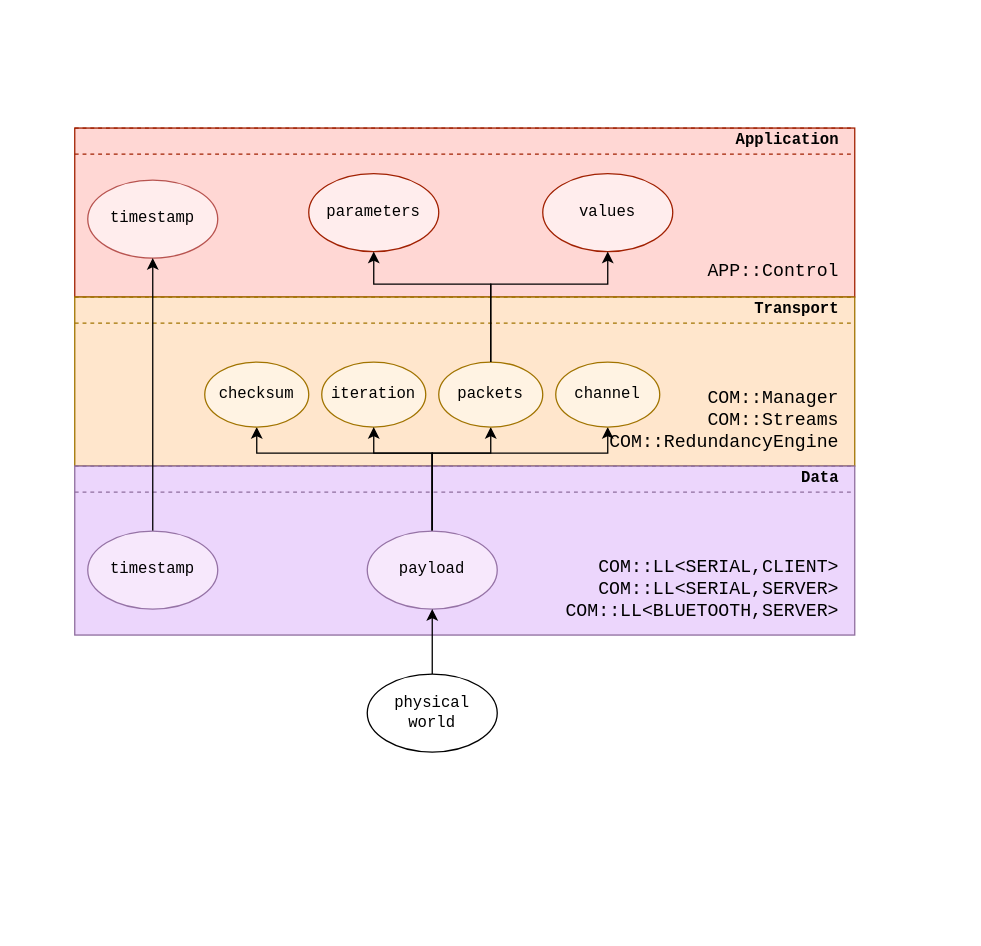
Before: Proj/Iterations/1/Design/Navigation-Subsystem/Architectural-Overview/software-stack/com-stack/com-stack.drawio in LPI2-DreamTeam/rfcar, a draw.io diagram. Source tidied: cells renumbered, new cells numbered last; positions are measured from the earlier drawing's top-left corner, leaving out a move shared by most shapes. Both pictures are drawn from the tidied source at 130%, with x=0, y=0 at pixel (74, 127).
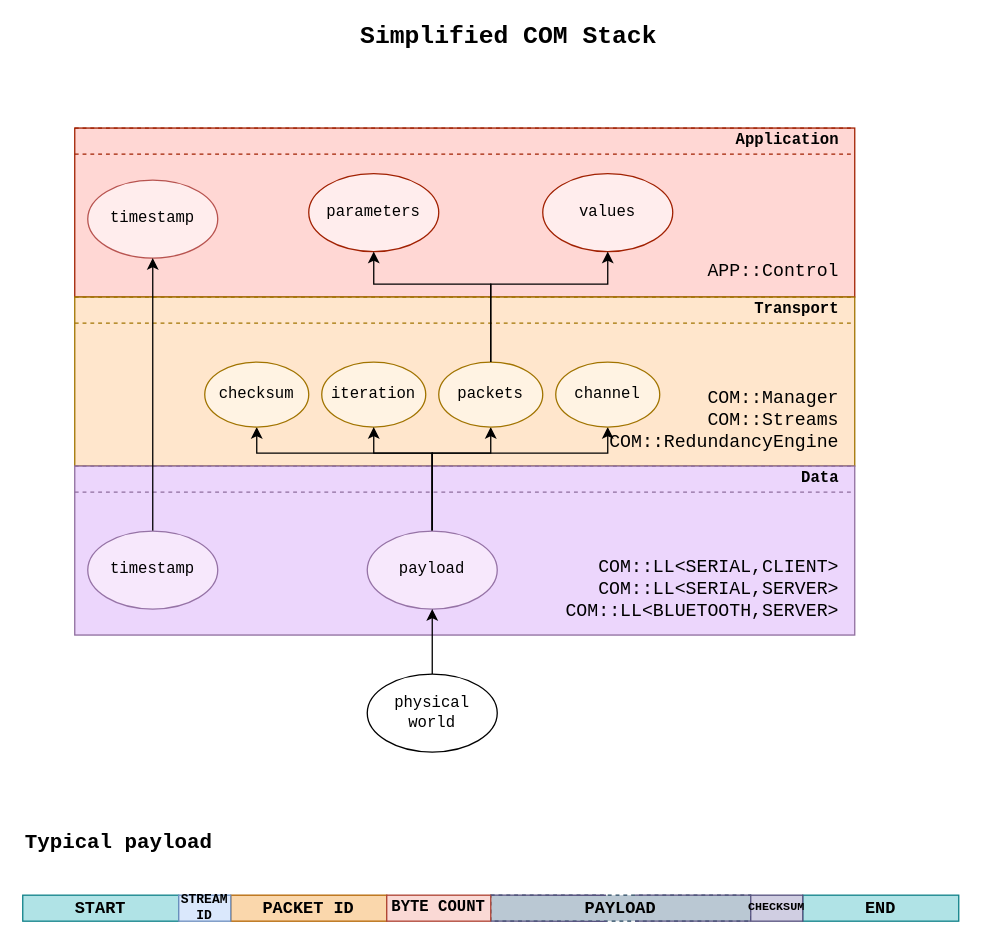
The same page after the edit.

Commit message (it also covers changes not shown here):
FIX: General minor corrections

The edit, as a diff of the source:
```diff
@@
+    <mxCell id="35" value="START" style="rounded=0;whiteSpace=wrap;html=1;strokeColor=#0e8088;fillColor=#b0e3e6;fontFamily=Consolas;fontSize=13;align=center;fontStyle=1;" parent="1" vertex="1">
+      <mxGeometry x="-40" y="590.1" width="120" height="20" as="geometry" />
+    </mxCell>
+    <mxCell id="36" value="Typical payload" style="text;html=1;strokeColor=none;fillColor=none;align=left;verticalAlign=middle;whiteSpace=wrap;rounded=0;fontFamily=Consolas;fontStyle=1;fontSize=16;" parent="1" vertex="1">
+      <mxGeometry x="-40" y="540" width="150" height="20" as="geometry" />
+    </mxCell>
+    <mxCell id="37" value="PAYLOAD" style="rounded=0;whiteSpace=wrap;html=1;strokeColor=#23445d;fillColor=#bac8d3;fontFamily=Consolas;fontSize=13;align=center;fontStyle=1;dashed=1;" parent="1" vertex="1">
+      <mxGeometry x="320" y="590.1" width="200" height="20" as="geometry" />
+    </mxCell>
+    <mxCell id="38" value="END" style="rounded=0;whiteSpace=wrap;html=1;strokeColor=#0e8088;fillColor=#b0e3e6;fontFamily=Consolas;fontSize=13;align=center;fontStyle=1;" parent="1" vertex="1">
+      <mxGeometry x="560" y="590.1" width="120" height="20" as="geometry" />
+    </mxCell>
+    <mxCell id="39" value="PACKET ID" style="rounded=0;whiteSpace=wrap;html=1;strokeColor=#b46504;fillColor=#fad7ac;fontFamily=Consolas;fontSize=13;align=center;fontStyle=1;" parent="1" vertex="1">
+      <mxGeometry x="120" y="590.1" width="120" height="20" as="geometry" />
+    </mxCell>
+    <mxCell id="40" value="BYTE COUNT" style="rounded=0;whiteSpace=wrap;html=1;strokeColor=#ae4132;fillColor=#fad9d5;fontFamily=Consolas;fontSize=12;align=center;fontStyle=1;" parent="1" vertex="1">
+      <mxGeometry x="240" y="590.1" width="80" height="20" as="geometry" />
+    </mxCell>
+    <mxCell id="41" style="endArrow=none;html=1;fontFamily=Consolas;fontSize=13;strokeColor=#56517E;exitX=1;exitY=1;exitDx=0;exitDy=0;entryX=0.446;entryY=1.005;entryDx=0;entryDy=0;entryPerimeter=0;" parent="1" edge="1" source="40" target="37">
+      <mxGeometry relative="1" as="geometry" />
+    </mxCell>
+    <mxCell id="42" style="endArrow=none;html=1;fontFamily=Consolas;fontSize=13;strokeColor=#56517E;exitX=0;exitY=0;exitDx=0;exitDy=0;entryX=0.555;entryY=-0.003;entryDx=0;entryDy=0;entryPerimeter=0;" parent="1" edge="1" source="45" target="37">
+      <mxGeometry relative="1" as="geometry" />
+    </mxCell>
+    <mxCell id="43" style="endArrow=none;html=1;fontFamily=Consolas;fontSize=13;strokeColor=#56517E;exitX=0;exitY=1;exitDx=0;exitDy=0;entryX=0.555;entryY=0.999;entryDx=0;entryDy=0;entryPerimeter=0;" parent="1" edge="1" source="45" target="37">
+      <mxGeometry relative="1" as="geometry" />
+    </mxCell>
+    <mxCell id="44" style="endArrow=none;html=1;fontFamily=Consolas;fontSize=13;strokeColor=#56517E;entryX=1;entryY=0;entryDx=0;entryDy=0;exitX=0.443;exitY=0.003;exitDx=0;exitDy=0;exitPerimeter=0;" parent="1" edge="1" source="37" target="40">
+      <mxGeometry relative="1" as="geometry" />
+    </mxCell>
+    <mxCell id="45" value="CHECKSUM" style="rounded=0;whiteSpace=wrap;html=1;strokeColor=#56517e;fillColor=#d0cee2;fontFamily=Consolas;fontSize=9;align=center;fontStyle=1;" parent="1" vertex="1">
+      <mxGeometry x="520" y="590.1" width="40" height="20" as="geometry" />
+    </mxCell>
@@
+    <mxCell id="46" value="Simplified COM Stack" style="text;html=1;strokeColor=none;fillColor=none;align=center;verticalAlign=middle;whiteSpace=wrap;rounded=0;fontFamily=Consolas;fontSize=19;fontStyle=1;" parent="1" vertex="1">
+      <mxGeometry x="218" y="-80" width="232" height="20" as="geometry" />
+    </mxCell>
+    <mxCell id="47" value="STREAM&lt;br style=&quot;font-size: 10px;&quot;&gt;ID" style="rounded=0;whiteSpace=wrap;html=1;strokeColor=#6c8ebf;fillColor=#dae8fc;fontFamily=Consolas;fontSize=10;align=center;fontStyle=1;" parent="1" vertex="1">
+      <mxGeometry x="80" y="590.1" width="40" height="20" as="geometry" />
+    </mxCell>
```
